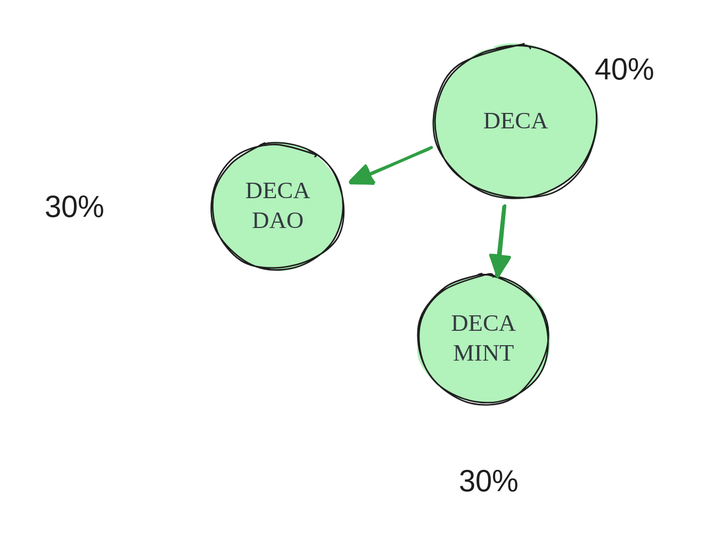
The Excalidraw diagram .gitbook/assets/file.excalidraw (9).svg in decaswap-labs/docs, before a commit. Source tidied: one line per element, renumbered; positions are measured from the earlier drawing's top-left corner, leaving out a move shared by most shapes.
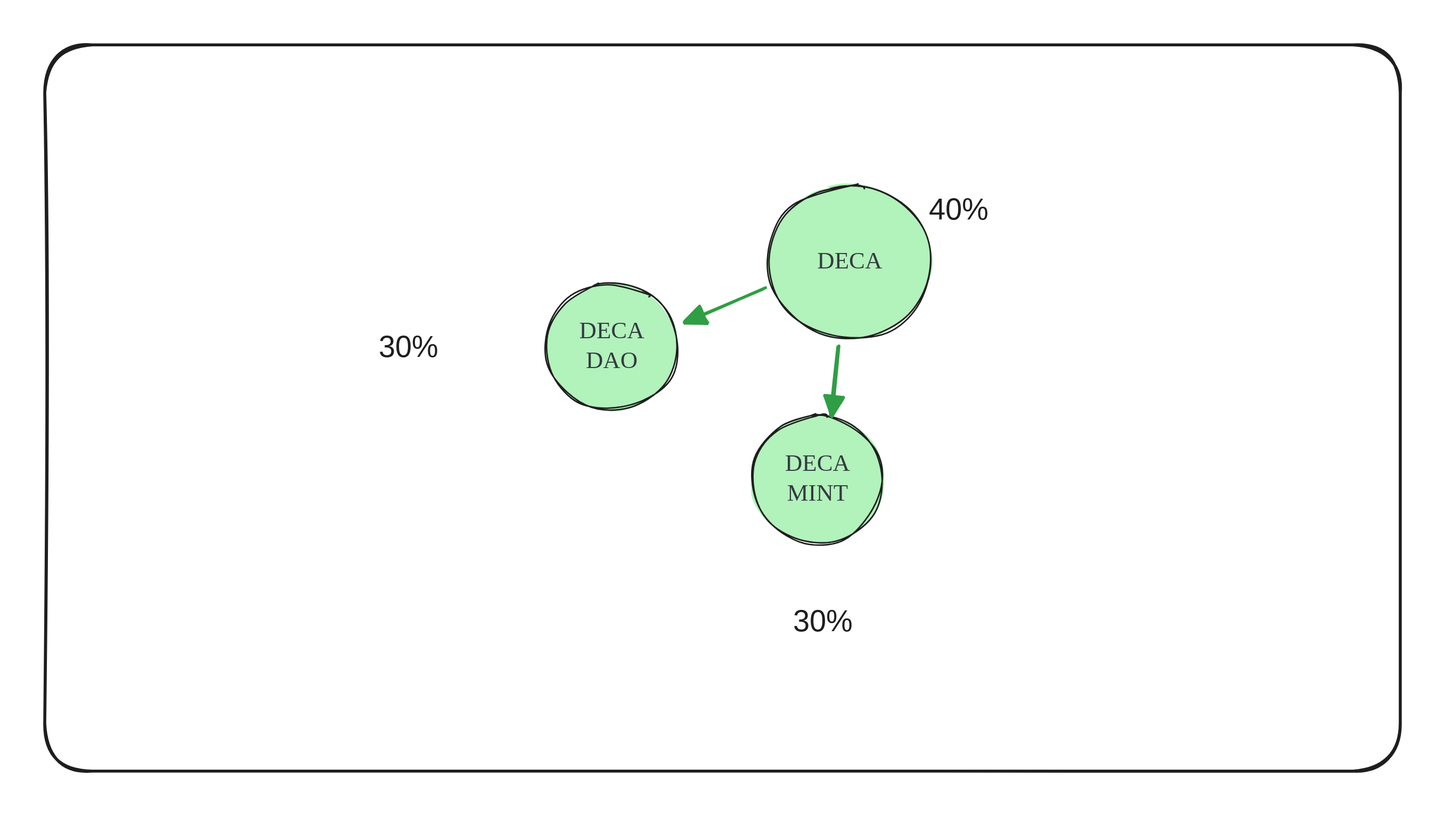
The same diagram one commit later.

The edit, as a diff of the source:
```diff
@@ -9,3 +9,4 @@
 {"id": 8, "type": "text", "text": "30%", "strokeColor": "#1e1e1e", "strokeWidth": 2, "roughness": 1, "fontSize": 20, "fontFamily": 1, "x": 0, "y": 97, "width": 46, "height": 25}
 {"id": 9, "type": "text", "text": "30%", "strokeColor": "#1e1e1e", "strokeWidth": 2, "roughness": 1, "fontSize": 20, "fontFamily": 1, "x": 278, "y": 281, "width": 46, "height": 25}
 {"id": 10, "type": "text", "text": "40%", "strokeColor": "#1e1e1e", "strokeWidth": 2, "roughness": 1, "fontSize": 20, "fontFamily": 1, "x": 369, "y": 5, "width": 45, "height": 25}
+{"id": 11, "type": "rectangle", "strokeColor": "#1e1e1e", "strokeWidth": 2, "roughness": 1, "round": true, "x": -224, "y": -94, "width": 909, "height": 487}
```
